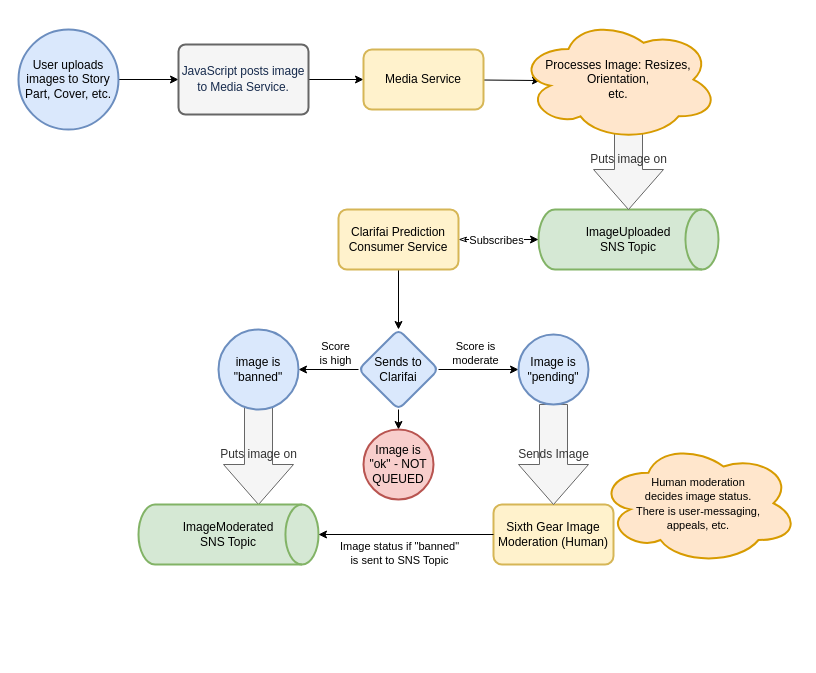
ronanwp/ConfluenceDiagrams keeps this draw.io diagram as PartImageUploadFlow.drawio. Above is the earlier version. Source tidied: cells renumbered, new cells numbered last; positions are measured from the earlier drawing's top-left corner, leaving out a move shared by most shapes. Both pictures are drawn from the tidied source at 100%, with x=0, y=0 at pixel (18, 18).
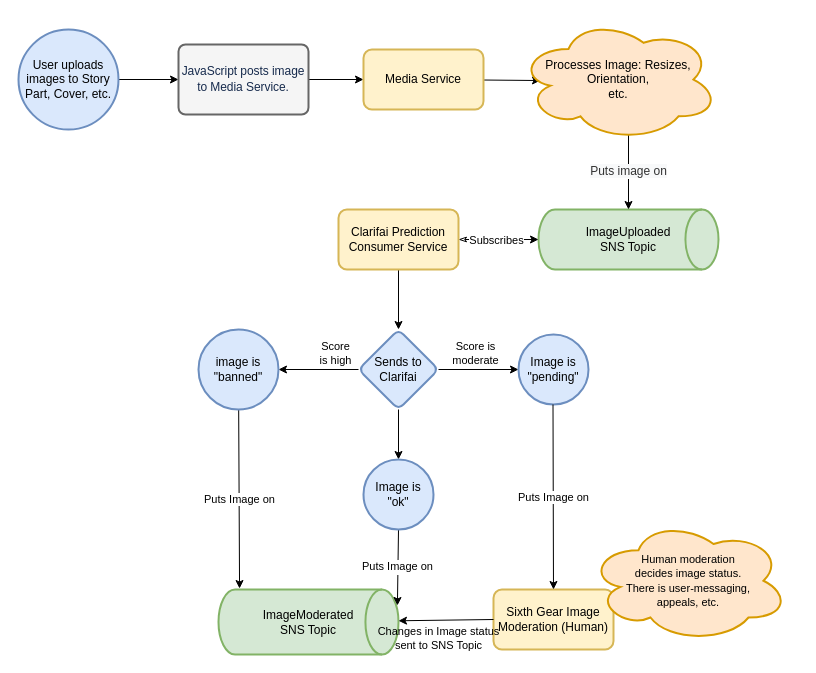
The same diagram, later.

The change refers to these unchanged cells:
```xml
<mxCell id="9" value="&lt;div style=&quot;text-align: center&quot;&gt;ImageUploaded&lt;/div&gt;&lt;div style=&quot;text-align: center&quot;&gt;SNS Topic&lt;/div&gt;" style="strokeWidth=2;html=1;shape=mxgraph.flowchart.direct_data;whiteSpace=wrap;fillColor=#d5e8d4;strokeColor=#82b366;" parent="1" vertex="1">
  <mxGeometry x="520" y="191" width="180" height="60" as="geometry" />
</mxCell>
<mxCell id="11" value="Processes Image: Resizes, Orientation,&lt;br&gt;etc." style="ellipse;shape=cloud;whiteSpace=wrap;html=1;rounded=1;strokeWidth=2;arcSize=14;fillColor=#ffe6cc;strokeColor=#d79b00;" parent="1" vertex="1">
  <mxGeometry x="500" y="-0.2" width="200" height="122.5" as="geometry" />
</mxCell>
<mxCell id="29" style="endArrow=none;html=1;rounded=0;strokeColor=default;startArrow=classic;startFill=1;endFill=0;entryX=0;entryY=0.5;entryDx=0;entryDy=0;" parent="1" edge="1" source="23" target="25">
  <mxGeometry relative="1" as="geometry" />
</mxCell>
```

The edit, as a diff of the source:
```diff
@@
-    <mxCell id="2" value="&lt;span&gt;Puts image on&lt;/span&gt;" style="html=1;shadow=0;dashed=0;align=center;verticalAlign=middle;shape=mxgraph.arrows2.arrow;dy=0.6;dx=40;direction=south;notch=0;fillColor=#f5f5f5;fontColor=#333333;strokeColor=#666666;" parent="1" vertex="1">
-      <mxGeometry x="205" y="386" width="70" height="100" as="geometry" />
-    </mxCell>
@@
-    <mxCell id="10" value="&lt;span&gt;Puts image on&lt;/span&gt;" style="html=1;shadow=0;dashed=0;align=center;verticalAlign=middle;shape=mxgraph.arrows2.arrow;dy=0.6;dx=40;direction=south;notch=0;fillColor=#f5f5f5;fontColor=#333333;strokeColor=#666666;" parent="1" vertex="1">
-      <mxGeometry x="575" y="91" width="70" height="100" as="geometry" />
-    </mxCell>
+    <mxCell id="31" value="&lt;span style=&quot;color: rgb(51 , 51 , 51) ; font-size: 12px ; background-color: rgb(248 , 249 , 250)&quot;&gt;Puts image on&lt;/span&gt;" style="edgeStyle=none;rounded=0;jettySize=auto;html=1;exitX=0.55;exitY=0.95;exitDx=0;exitDy=0;exitPerimeter=0;entryX=0.5;entryY=0;entryDx=0;entryDy=0;entryPerimeter=0;startArrow=none;startFill=0;endArrow=classic;endFill=1;strokeColor=default;" parent="1" edge="1" source="11" target="9">
+      <mxGeometry relative="1" as="geometry" />
+    </mxCell>
@@
+    <mxCell id="32" value="Puts Image on" style="edgeStyle=none;rounded=0;jettySize=auto;html=1;entryX=0.117;entryY=-0.015;entryDx=0;entryDy=0;entryPerimeter=0;startArrow=none;startFill=0;endArrow=classic;endFill=1;strokeColor=default;" parent="1" edge="1" source="20" target="23">
+      <mxGeometry relative="1" as="geometry" />
+    </mxCell>
     <mxCell id="20" value="image is &quot;banned&quot;" style="ellipse;whiteSpace=wrap;html=1;rounded=1;strokeColor=#6c8ebf;strokeWidth=2;fillColor=#dae8fc;arcSize=14;" parent="1" vertex="1">
-      <mxGeometry x="200" y="311" width="80" height="80" as="geometry" />
+      <mxGeometry x="180" y="311" width="80" height="80" as="geometry" />
     </mxCell>
@@
     <mxCell id="23" value="&lt;div style=&quot;text-align: center&quot;&gt;ImageModerated&lt;/div&gt;&lt;div style=&quot;text-align: center&quot;&gt;SNS Topic&lt;/div&gt;" style="strokeWidth=2;html=1;shape=mxgraph.flowchart.direct_data;whiteSpace=wrap;fillColor=#d5e8d4;strokeColor=#82b366;" parent="1" vertex="1">
-      <mxGeometry x="120" y="486" width="180" height="60" as="geometry" />
+      <mxGeometry x="200" y="571" width="180" height="65" as="geometry" />
     </mxCell>
+    <mxCell id="33" value="&lt;font color=&quot;rgba(0, 0, 0, 0)&quot; face=&quot;monospace&quot;&gt;&lt;span style=&quot;font-size: 0px ; background-color: rgb(248 , 249 , 250)&quot;&gt;pu&lt;/span&gt;&lt;/font&gt;Puts Image on" style="edgeStyle=none;rounded=0;jettySize=auto;html=1;exitX=0.5;exitY=1;exitDx=0;exitDy=0;entryX=0.994;entryY=0.246;entryDx=0;entryDy=0;entryPerimeter=0;startArrow=none;startFill=0;endArrow=classic;endFill=1;strokeColor=default;" parent="1" edge="1" source="24" target="23">
+      <mxGeometry relative="1" as="geometry" />
+    </mxCell>
-    <mxCell id="24" value="Image is&lt;br&gt;&quot;ok&quot; - NOT QUEUED" style="ellipse;whiteSpace=wrap;html=1;rounded=1;strokeColor=#b85450;strokeWidth=2;fillColor=#f8cecc;arcSize=14;" parent="1" vertex="1">
-      <mxGeometry x="345" y="411" width="70" height="70" as="geometry" />
+    <mxCell id="24" value="Image is&lt;br&gt;&quot;ok&quot;" style="ellipse;whiteSpace=wrap;html=1;rounded=1;strokeColor=#6c8ebf;strokeWidth=2;fillColor=#dae8fc;arcSize=14;" parent="1" vertex="1">
+      <mxGeometry x="345" y="441" width="70" height="70" as="geometry" />
     </mxCell>
     <mxCell id="25" value="Sixth Gear Image Moderation (Human)" style="whiteSpace=wrap;html=1;rounded=1;strokeColor=#d6b656;strokeWidth=2;fillColor=#fff2cc;arcSize=14;" parent="1" vertex="1">
-      <mxGeometry x="475" y="486" width="120" height="60" as="geometry" />
+      <mxGeometry x="475" y="571" width="120" height="60" as="geometry" />
     </mxCell>
-    <mxCell id="26" value="&lt;span&gt;Sends Image&lt;br&gt;&lt;/span&gt;" style="html=1;shadow=0;dashed=0;align=center;verticalAlign=middle;shape=mxgraph.arrows2.arrow;dy=0.6;dx=40;direction=south;notch=0;fillColor=#f5f5f5;fontColor=#333333;strokeColor=#666666;" parent="1" vertex="1">
-      <mxGeometry x="500" y="386" width="70" height="100" as="geometry" />
-    </mxCell>
@@
     <mxCell id="28" value="&lt;span style=&quot;font-size: 11px&quot;&gt;Human moderation&lt;/span&gt;&lt;br style=&quot;font-size: 11px&quot;&gt;&lt;span style=&quot;font-size: 11px&quot;&gt;decides image status.&lt;br&gt;There is user-messaging, &lt;br&gt;appeals, etc.&lt;/span&gt;" style="ellipse;shape=cloud;whiteSpace=wrap;html=1;rounded=1;strokeWidth=2;arcSize=14;fillColor=#ffe6cc;strokeColor=#d79b00;" parent="1" vertex="1">
-      <mxGeometry x="580" y="423.5" width="200" height="122.5" as="geometry" />
+      <mxGeometry x="570" y="501" width="200" height="122.5" as="geometry" />
     </mxCell>
@@
-    <mxCell id="30" value="Image status if &quot;banned&quot;&lt;br&gt;is sent to SNS Topic" style="edgeLabel;html=1;align=center;verticalAlign=middle;labelBackgroundColor=none;" parent="29" vertex="1">
+    <mxCell id="30" value="Changes in Image status&lt;br&gt;sent to SNS Topic" style="edgeLabel;html=1;align=center;verticalAlign=middle;labelBackgroundColor=none;" parent="29" vertex="1">
       <mxGeometry relative="1" as="geometry">
         <mxPoint x="-8" y="18" as="offset" />
       </mxGeometry>
     </mxCell>
+    <mxCell id="34" value="Puts Image on" style="edgeStyle=none;rounded=0;jettySize=auto;html=1;entryX=0.5;entryY=0;entryDx=0;entryDy=0;startArrow=none;startFill=0;endArrow=classic;endFill=1;strokeColor=default;" parent="1" edge="1" target="25">
+      <mxGeometry relative="1" as="geometry">
+        <mxPoint x="534.5" y="386" as="sourcePoint" />
+      </mxGeometry>
+    </mxCell>
```
